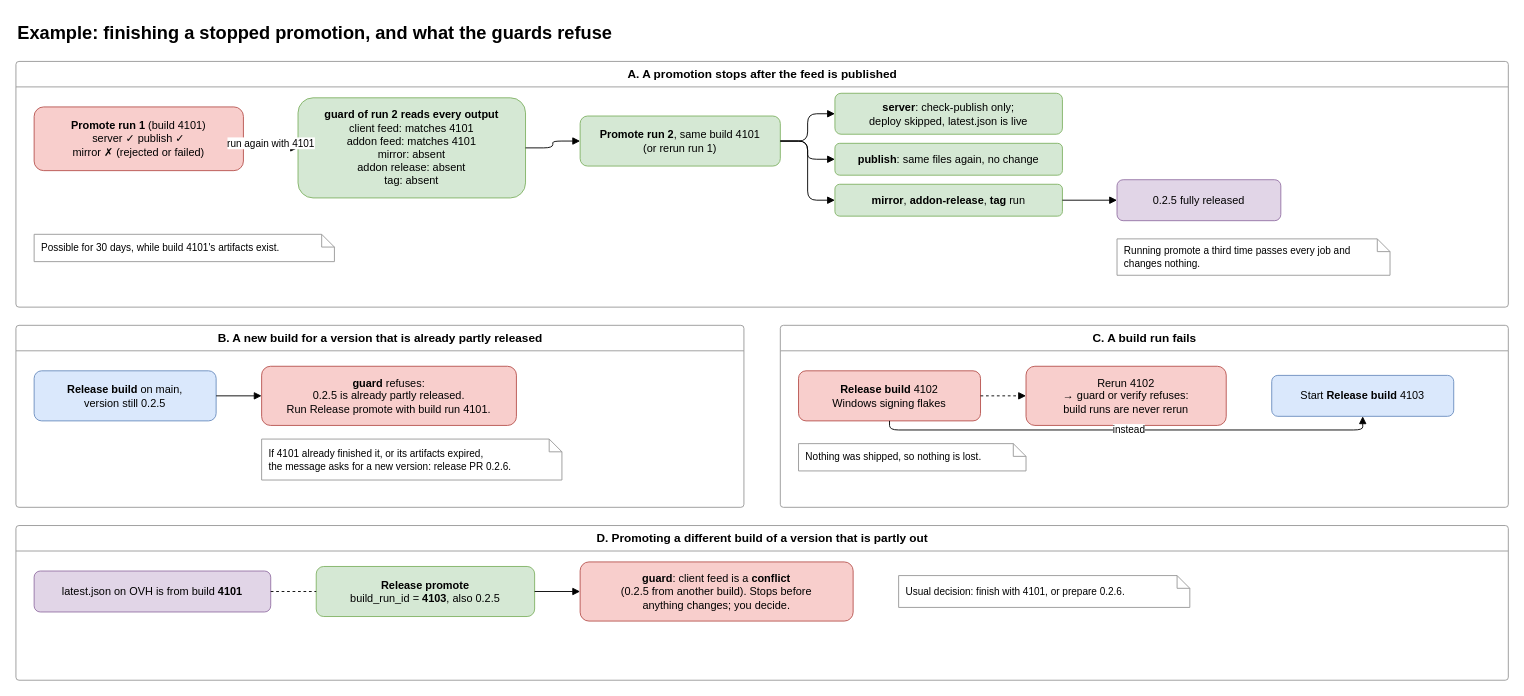
jkc-be/goldbook keeps this draw.io diagram as page "3. Example: stops and refusals" (3 of 4) of docs/release-flow.drawio. Above is the earlier version. Source tidied: cells renumbered, new cells numbered last; positions are measured from the earlier drawing's top-left corner, leaving out a move shared by most shapes. Both pictures are drawn from the tidied source at 91%, with x=0, y=0 at pixel (15, 15).
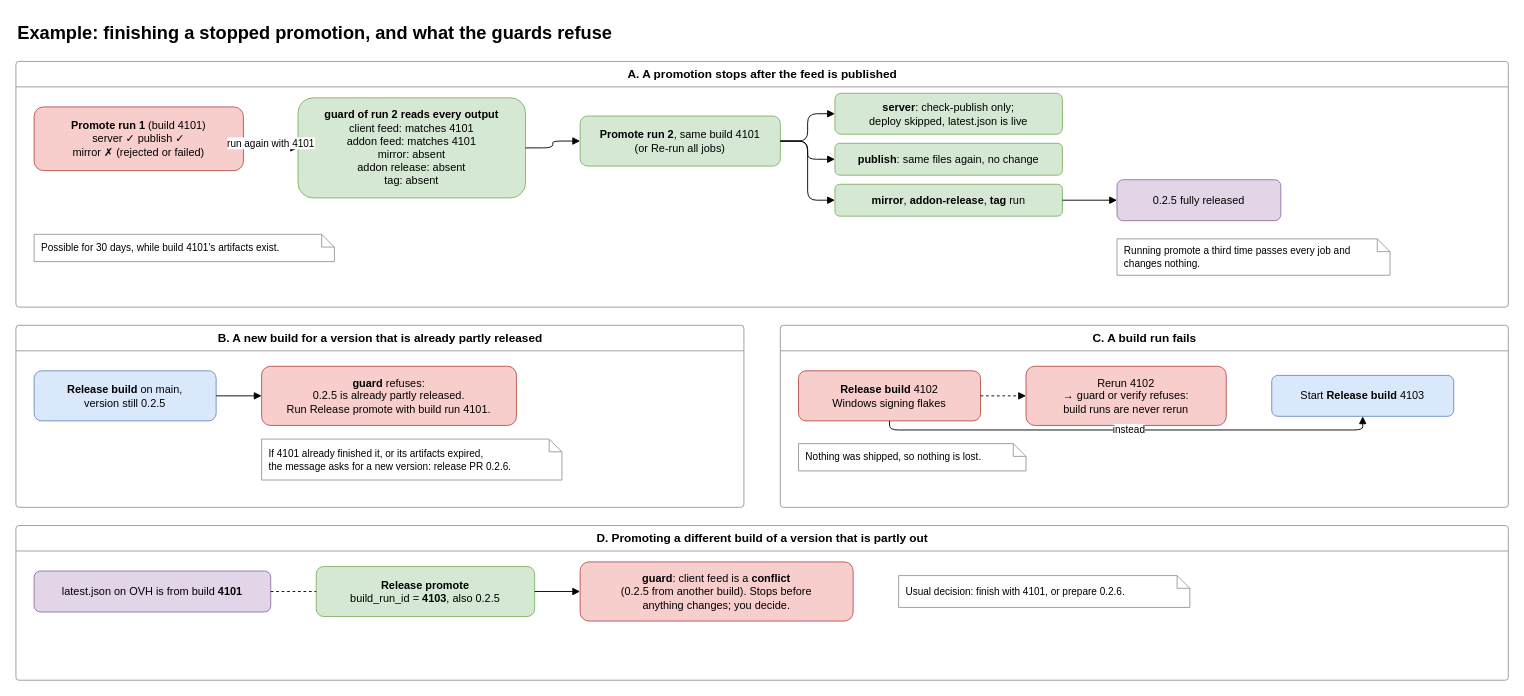
After the change.

Commit message (it also covers changes not shown here):
Fix promote version read, refuse stale reruns, record the image digest

The edit, as a diff of the source:
```diff
@@
-    <mxCell id="6" value="&lt;b&gt;Promote run 2&lt;/b&gt;, same build 4101&lt;br&gt;(or rerun run 1)" style="rounded=1;whiteSpace=wrap;html=1;fillColor=#d5e8d4;strokeColor=#82b366;" parent="1" vertex="1">
+    <mxCell id="6" value="&lt;b&gt;Promote run 2&lt;/b&gt;, same build 4101&lt;br&gt;(or Re-run all jobs)" style="rounded=1;whiteSpace=wrap;html=1;fillColor=#d5e8d4;strokeColor=#82b366;" parent="1" vertex="1">
       <mxGeometry x="620" y="110" width="220" height="55" as="geometry" />
     </mxCell>
```
